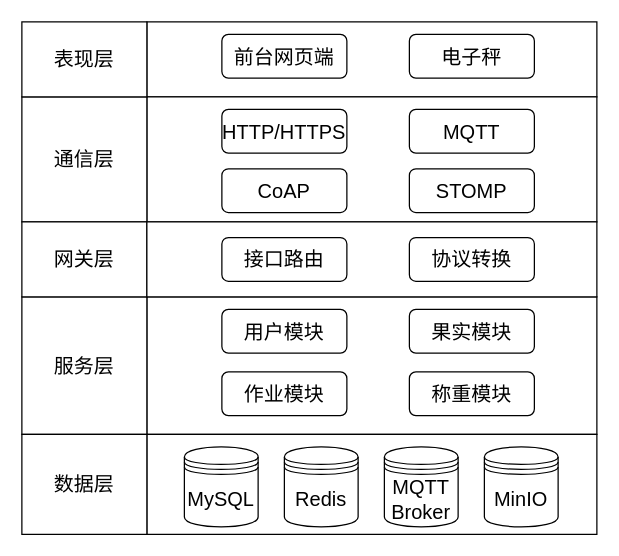
Above: design/软件分层架构图.dio in akynazh/aws (draw.io), before the change. Source tidied: cells renumbered, new cells numbered last; positions are measured from the earlier drawing's top-left corner, leaving out a move shared by most shapes. Both pictures are drawn from the tidied source at 125%, with x=0, y=0 at pixel (21, 21).
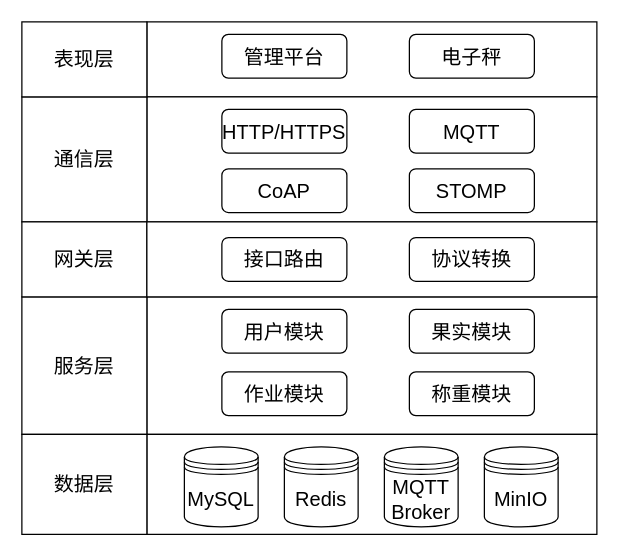
The same page after the edit.

What changed in the source:
```diff
@@
-    <mxCell id="7" value="前台网页端" style="rounded=1;whiteSpace=wrap;html=1;fontFamily=Songti SC;fontSize=16;" parent="1" vertex="1">
+    <mxCell id="7" value="管理平台" style="rounded=1;whiteSpace=wrap;html=1;fontFamily=Songti SC;fontSize=16;" parent="1" vertex="1">
       <mxGeometry x="160" y="10" width="100" height="35" as="geometry" />
     </mxCell>
```
